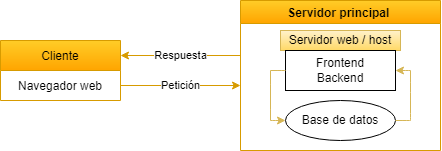
The draw.io diagram My_portfolio_arquitecture.drawio.png in Geronimo-Samaja/My_repository_01, before a commit. Source tidied: cells renumbered, new cells last; positions are measured from the earlier drawing's top-left corner, leaving out a move shared by most shapes.
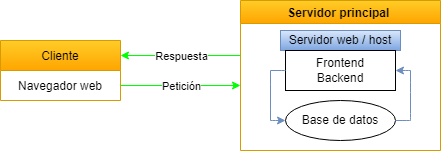
After the commit.

Diff of the diagram source:
```diff
@@ -11,7 +11,7 @@
     <mxCell id="4" value="Servidor principal " style="swimlane;fillColor=#ffcd28;strokeColor=#d79b00;gradientColor=#ffa500;" parent="1" vertex="1">
       <mxGeometry x="240" width="200" height="150" as="geometry" />
     </mxCell>
-    <mxCell id="5" value="Servidor web / host" style="whiteSpace=wrap;html=1;fillColor=#fff2cc;strokeColor=#d6b656;gradientColor=#ffd966;" parent="4" vertex="1">
+    <mxCell id="5" value="Servidor web / host" style="whiteSpace=wrap;html=1;fillColor=#DAE8FC;strokeColor=#6c8ebf;gradientColor=#7ea6e0;" parent="4" vertex="1">
       <mxGeometry x="40" y="30" width="120" height="20" as="geometry" />
     </mxCell>
     <mxCell id="6" value="Base de datos" style="ellipse;whiteSpace=wrap;html=1;" parent="4" vertex="1">
@@ -23,7 +23,7 @@
     <mxCell id="8" style="edgeStyle=none;shape=connector;curved=1;rounded=0;orthogonalLoop=1;jettySize=auto;html=1;entryX=1;entryY=0.5;entryDx=0;entryDy=0;labelBackgroundColor=default;fontFamily=Helvetica;fontSize=11;fontColor=default;endArrow=classic;strokeColor=default;" parent="4" edge="1" source="5" target="5">
       <mxGeometry relative="1" as="geometry" />
     </mxCell>
-    <mxCell id="9" style="endArrow=classic;html=1;rounded=0;exitX=1;exitY=0.5;exitDx=0;exitDy=0;fillColor=#ffcd28;strokeColor=#d79b00;gradientColor=#ffa500;" parent="1" edge="1" source="3">
+    <mxCell id="9" style="endArrow=classic;html=1;rounded=0;exitX=1;exitY=0.5;exitDx=0;exitDy=0;fillColor=#ffcd28;strokeColor=#00FF00;gradientColor=#ffa500;" parent="1" edge="1" source="3">
       <mxGeometry relative="1" as="geometry">
         <mxPoint x="240" y="85" as="targetPoint" />
       </mxGeometry>
@@ -31,7 +31,7 @@
     <mxCell id="10" value="Petición" style="edgeLabel;html=1;align=center;verticalAlign=middle;" parent="9" vertex="1">
       <mxGeometry relative="1" as="geometry" />
     </mxCell>
-    <mxCell id="11" style="endArrow=classic;html=1;rounded=0;entryX=1;entryY=0.25;entryDx=0;entryDy=0;fillColor=#ffcd28;strokeColor=#d79b00;gradientColor=#ffa500;" parent="1" edge="1" target="2">
+    <mxCell id="11" style="endArrow=classic;html=1;rounded=0;entryX=1;entryY=0.25;entryDx=0;entryDy=0;fillColor=#ffcd28;strokeColor=#00FF00;gradientColor=#ffa500;" parent="1" edge="1" target="2">
       <mxGeometry relative="1" as="geometry">
         <mxPoint x="240" y="55" as="sourcePoint" />
       </mxGeometry>
@@ -39,7 +39,7 @@
     <mxCell id="12" value="Respuesta" style="edgeLabel;html=1;align=center;verticalAlign=middle;" parent="11" vertex="1">
       <mxGeometry relative="1" as="geometry" />
     </mxCell>
-    <mxCell id="13" style="endArrow=none;html=1;rounded=0;labelBackgroundColor=default;fontFamily=Helvetica;fontSize=11;fontColor=default;strokeColor=#d6b656;shape=connector;curved=1;fillColor=#fff2cc;gradientColor=#ffd966;" parent="1" edge="1">
+    <mxCell id="13" style="endArrow=none;html=1;rounded=0;labelBackgroundColor=default;fontFamily=Helvetica;fontSize=11;fontColor=default;strokeColor=#6c8ebf;shape=connector;curved=1;fillColor=#dae8fc;gradientColor=#7ea6e0;" parent="1" edge="1">
       <mxGeometry relative="1" as="geometry">
         <mxPoint x="270" y="120" as="sourcePoint" />
         <mxPoint x="270" y="70" as="targetPoint" />
@@ -48,28 +48,28 @@
         </Array>
       </mxGeometry>
     </mxCell>
-    <mxCell id="14" style="endArrow=classic;html=1;rounded=0;labelBackgroundColor=default;fontFamily=Helvetica;fontSize=11;fontColor=default;strokeColor=#d6b656;shape=connector;curved=1;entryX=0;entryY=0.5;entryDx=0;entryDy=0;fillColor=#fff2cc;gradientColor=#ffd966;" parent="1" edge="1" target="6">
+    <mxCell id="14" style="endArrow=classic;html=1;rounded=0;labelBackgroundColor=default;fontFamily=Helvetica;fontSize=11;fontColor=default;strokeColor=#6c8ebf;shape=connector;curved=1;entryX=0;entryY=0.5;entryDx=0;entryDy=0;fillColor=#dae8fc;gradientColor=#7ea6e0;" parent="1" edge="1" target="6">
       <mxGeometry relative="1" as="geometry">
         <mxPoint x="270" y="120" as="sourcePoint" />
       </mxGeometry>
     </mxCell>
-    <mxCell id="15" style="endArrow=none;html=1;rounded=0;labelBackgroundColor=default;fontFamily=Helvetica;fontSize=11;fontColor=default;strokeColor=#d6b656;shape=connector;curved=1;exitX=0;exitY=0.5;exitDx=0;exitDy=0;fillColor=#fff2cc;gradientColor=#ffd966;" parent="1" edge="1" source="7">
+    <mxCell id="15" style="endArrow=none;html=1;rounded=0;labelBackgroundColor=default;fontFamily=Helvetica;fontSize=11;fontColor=default;strokeColor=#6c8ebf;shape=connector;curved=1;exitX=0;exitY=0.5;exitDx=0;exitDy=0;fillColor=#dae8fc;gradientColor=#7ea6e0;" parent="1" edge="1" source="7">
       <mxGeometry relative="1" as="geometry">
         <mxPoint x="270" y="70" as="targetPoint" />
       </mxGeometry>
     </mxCell>
-    <mxCell id="16" style="endArrow=classic;html=1;rounded=0;labelBackgroundColor=default;fontFamily=Helvetica;fontSize=11;fontColor=default;strokeColor=#d6b656;shape=connector;curved=1;entryX=1;entryY=0.5;entryDx=0;entryDy=0;fillColor=#fff2cc;gradientColor=#ffd966;" parent="1" edge="1" target="7">
+    <mxCell id="16" style="endArrow=classic;html=1;rounded=0;labelBackgroundColor=default;fontFamily=Helvetica;fontSize=11;fontColor=default;strokeColor=#6c8ebf;shape=connector;curved=1;entryX=1;entryY=0.5;entryDx=0;entryDy=0;fillColor=#dae8fc;gradientColor=#7ea6e0;" parent="1" edge="1" target="7">
       <mxGeometry relative="1" as="geometry">
         <mxPoint x="410" y="70" as="sourcePoint" />
       </mxGeometry>
     </mxCell>
-    <mxCell id="17" style="endArrow=none;html=1;rounded=0;labelBackgroundColor=default;fontFamily=Helvetica;fontSize=11;fontColor=default;strokeColor=#d6b656;shape=connector;curved=1;fillColor=#fff2cc;gradientColor=#ffd966;" parent="1" edge="1">
+    <mxCell id="17" style="endArrow=none;html=1;rounded=0;labelBackgroundColor=default;fontFamily=Helvetica;fontSize=11;fontColor=default;strokeColor=#6c8ebf;shape=connector;curved=1;fillColor=#dae8fc;gradientColor=#7ea6e0;" parent="1" edge="1">
       <mxGeometry relative="1" as="geometry">
         <mxPoint x="410" y="120" as="sourcePoint" />
         <mxPoint x="410" y="70" as="targetPoint" />
       </mxGeometry>
     </mxCell>
-    <mxCell id="18" style="endArrow=none;html=1;rounded=0;labelBackgroundColor=default;fontFamily=Helvetica;fontSize=11;fontColor=default;strokeColor=#d6b656;shape=connector;curved=1;fillColor=#fff2cc;entryX=1;entryY=0.5;entryDx=0;entryDy=0;gradientColor=#ffd966;" parent="1" edge="1" target="6">
+    <mxCell id="18" style="endArrow=none;html=1;rounded=0;labelBackgroundColor=default;fontFamily=Helvetica;fontSize=11;fontColor=default;strokeColor=#6c8ebf;shape=connector;curved=1;fillColor=#dae8fc;entryX=1;entryY=0.5;entryDx=0;entryDy=0;gradientColor=#7ea6e0;" parent="1" edge="1" target="6">
       <mxGeometry relative="1" as="geometry">
         <mxPoint x="410" y="120" as="sourcePoint" />
       </mxGeometry>
```
